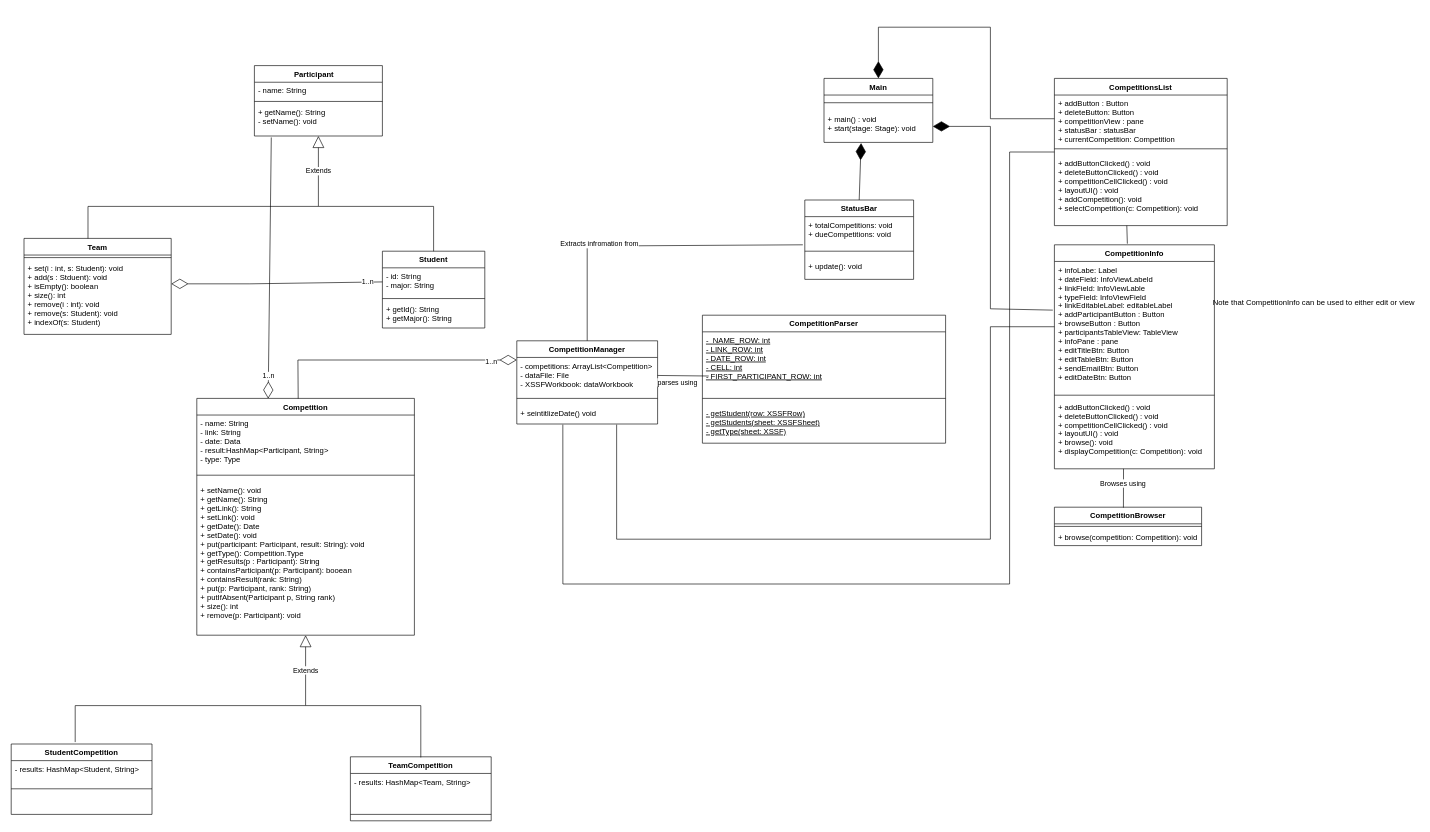
Earlier version of the draw.io diagram docs/phase2/class-diagram.drawio (AbdullahAXR/Competition-tracker). Source tidied: cells renumbered, new cells numbered last; positions are measured from the earlier drawing's top-left corner, leaving out a move shared by most shapes. Both pictures are drawn from the tidied source at 64%, with x=0, y=0 at pixel (11, 27).
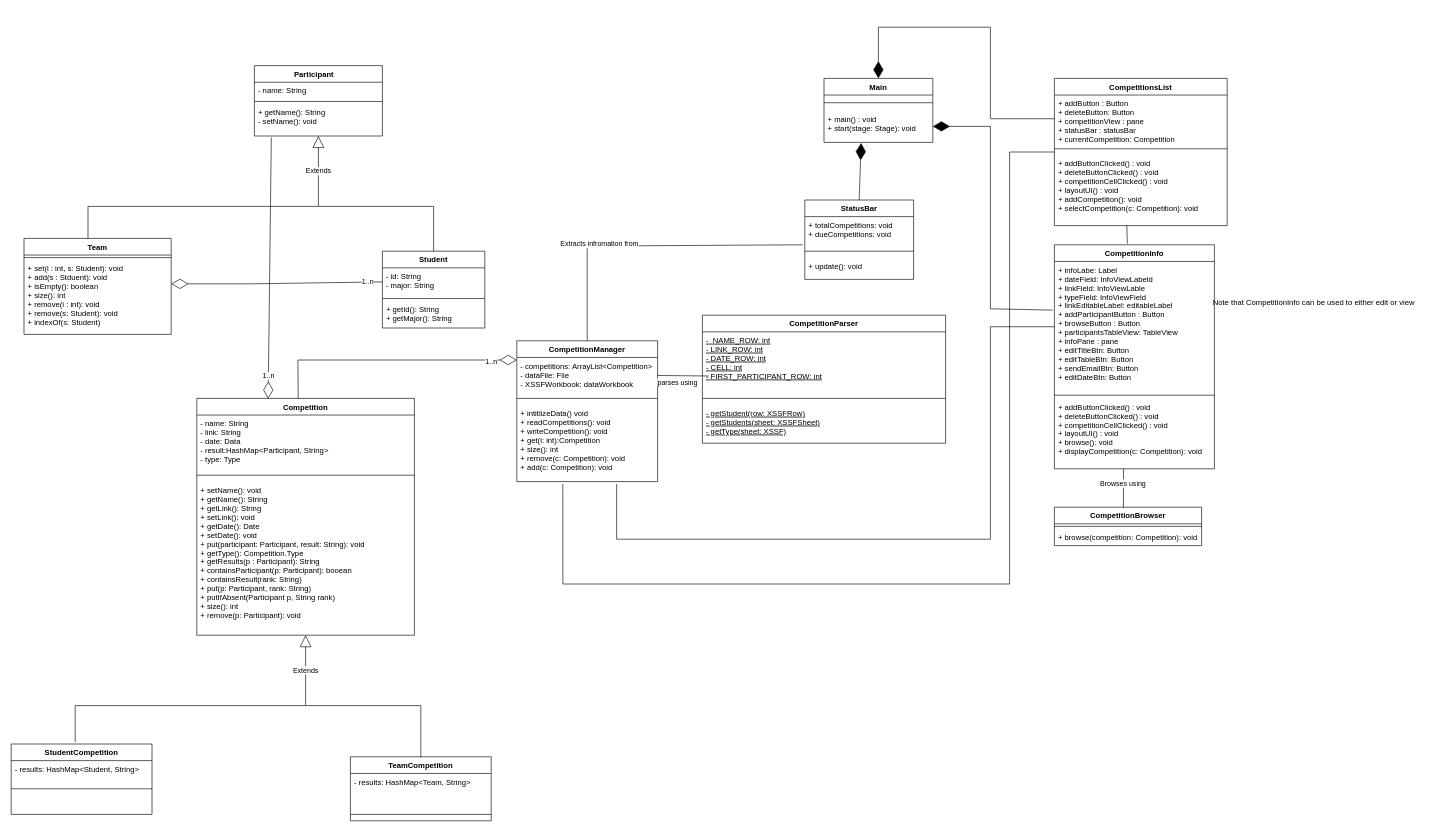
The same page after the edit.

Commit message (it also covers changes not shown here):
docs: added more methods to the competition manager class

Diff of the diagram source:
```diff
@@
     <mxCell id="17" value="CompetitionManager" style="swimlane;fontStyle=1;align=center;verticalAlign=top;horizontal=1;startSize=26;" parent="1" vertex="1">
-      <mxGeometry x="790" y="490" width="220" height="130" as="geometry" />
+      <mxGeometry x="790" y="490" width="220" height="220" as="geometry" />
     </mxCell>
@@
-    <mxCell id="20" value="+ seintitlizeDate() void&#10;&#10;" style="text;strokeColor=none;fillColor=none;align=left;verticalAlign=top;spacingLeft=4;spacingRight=4;overflow=hidden;points=[[0,0.5],[1,0.5]];portConstraint=eastwest;" parent="17" vertex="1">
-      <mxGeometry y="100" width="220" height="30" as="geometry" />
+    <mxCell id="20" value="+ intitlizeData() void&#10;+ readCompetitions(): void&#10;+ writeCompetition(): void&#10;+ get(i: int):Competition&#10;+ size(): int&#10;+ remove(c: Competition): void&#10;+ add(c: Competition): void&#10;&#10;&#10;" style="text;strokeColor=none;fillColor=none;align=left;verticalAlign=top;spacingLeft=4;spacingRight=4;overflow=hidden;points=[[0,0.5],[1,0.5]];portConstraint=eastwest;" parent="17" vertex="1">
+      <mxGeometry y="100" width="220" height="120" as="geometry" />
     </mxCell>
```
